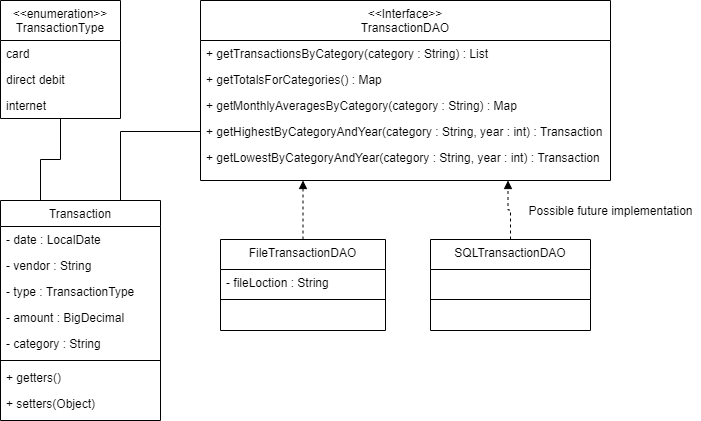
Before: Class Diagram.png, a diagram exported from draw.io (dickyince/transaction-categories). Source tidied: cells renumbered, new cells last; positions are measured from the earlier drawing's top-left corner, leaving out a move shared by most shapes.
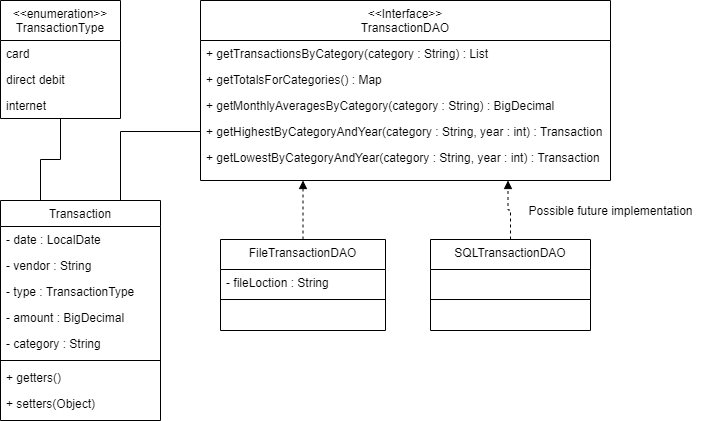
After the change.

Commit message:
Updating return value for monthly averages

What changed in the source:
```diff
@@ -38,7 +38,7 @@
     <mxCell id="13" value="+ getTotalsForCategories() : Map" style="text;align=left;verticalAlign=top;spacingLeft=4;spacingRight=4;overflow=hidden;" parent="11" vertex="1">
       <mxGeometry y="66" width="410" height="26" as="geometry" />
     </mxCell>
-    <mxCell id="14" value="+ getMonthlyAveragesByCategory(category : String) : Map" style="text;align=left;verticalAlign=top;spacingLeft=4;spacingRight=4;overflow=hidden;" parent="11" vertex="1">
+    <mxCell id="14" value="+ getMonthlyAveragesByCategory(category : String) : BigDecimal" style="text;align=left;verticalAlign=top;spacingLeft=4;spacingRight=4;overflow=hidden;" parent="11" vertex="1">
       <mxGeometry y="92" width="410" height="26" as="geometry" />
     </mxCell>
     <mxCell id="15" value="+ getHighestByCategoryAndYear(category : String, year : int) : Transaction" style="text;align=left;verticalAlign=top;spacingLeft=4;spacingRight=4;overflow=hidden;" parent="11" vertex="1">
```
